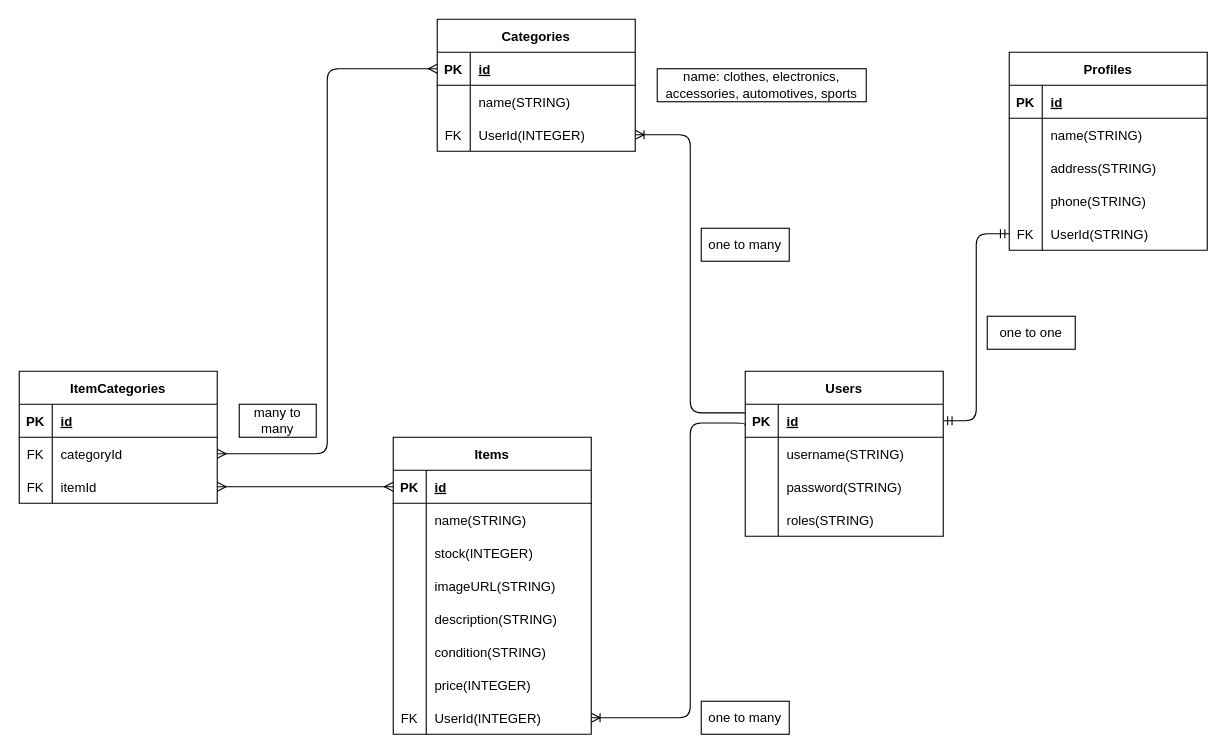
Before: scheme/barangbarengan.drawio in DawnProspect/BarangBarengan, a draw.io diagram. Source tidied: cells renumbered, new cells numbered last; positions are measured from the earlier drawing's top-left corner, leaving out a move shared by most shapes. Both pictures are drawn from the tidied source at 110%, with x=0, y=0 at pixel (19, 19).
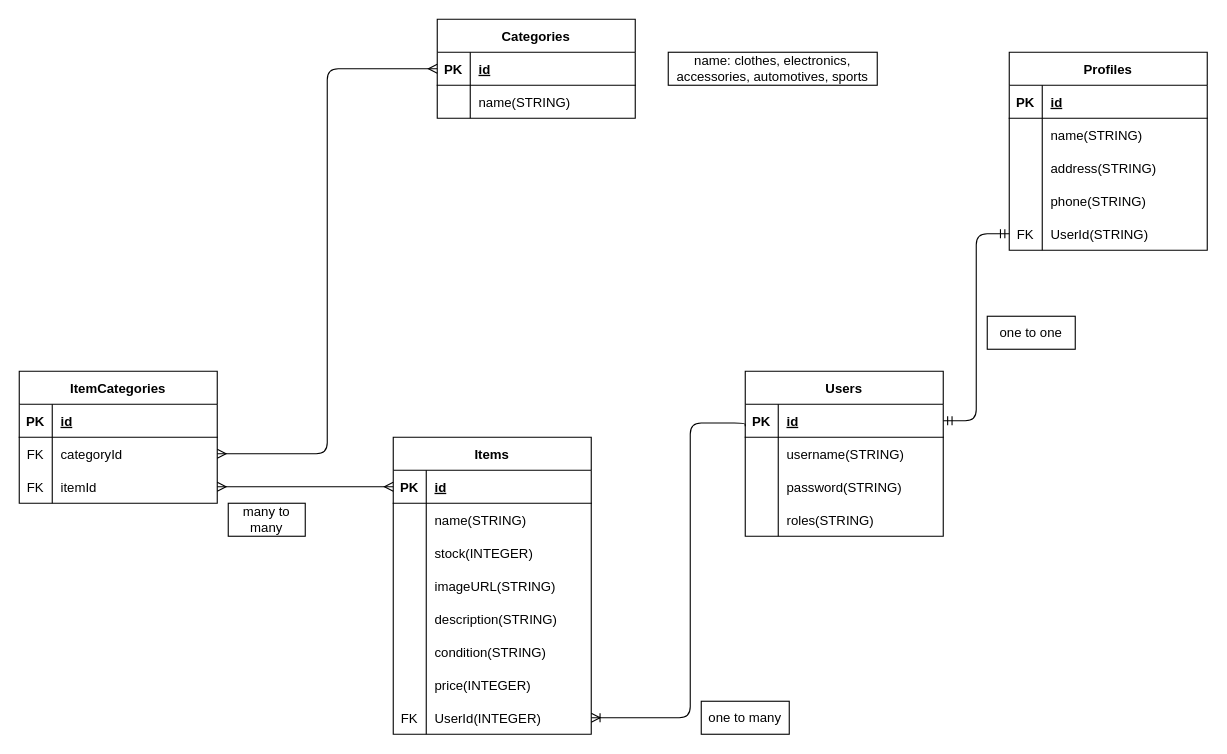
After the change.

Unchanged cells that the change refers to:
```xml
<mxCell id="3" style="shape=tableRow;horizontal=0;startSize=0;swimlaneHead=0;swimlaneBody=0;fillColor=none;points=[[0,0.5],[1,0.5]];portConstraint=eastwest;top=0;left=0;right=0;bottom=1;" parent="2" vertex="1">
  <mxGeometry y="30" width="180" height="30" as="geometry" />
</mxCell>
```

Change to the diagram source:
```diff
@@
     <mxCell id="40" value="Categories" style="shape=table;startSize=30;childLayout=tableLayout;rowLines=0;fontStyle=1;align=center;" parent="1" vertex="1">
-      <mxGeometry x="380" width="180" height="120" as="geometry" />
+      <mxGeometry x="380" width="180" height="90" as="geometry" />
     </mxCell>
@@
-    <mxCell id="47" style="shape=tableRow;horizontal=0;startSize=0;swimlaneHead=0;swimlaneBody=0;fillColor=none;points=[[0,0.5],[1,0.5]];portConstraint=eastwest;top=0;left=0;right=0;bottom=0;" parent="40" vertex="1">
-      <mxGeometry y="90" width="180" height="30" as="geometry" />
-    </mxCell>
-    <mxCell id="48" value="FK" style="shape=partialRectangle;fillColor=none;top=0;left=0;bottom=0;right=0;overflow=hidden;" parent="47" vertex="1">
-      <mxGeometry width="30" height="30" as="geometry" />
-    </mxCell>
-    <mxCell id="49" value="UserId(INTEGER)" style="shape=partialRectangle;fillColor=none;top=0;left=0;bottom=0;right=0;align=left;spacingLeft=6;overflow=hidden;" parent="47" vertex="1">
-      <mxGeometry x="30" width="150" height="30" as="geometry" />
-    </mxCell>
@@
-    <mxCell id="68" style="edgeStyle=orthogonalEdgeStyle;fontSize=12;html=1;endArrow=ERoneToMany;entryX=1;entryY=0.5;entryDx=0;entryDy=0;exitX=-0.002;exitY=0.261;exitDx=0;exitDy=0;exitPerimeter=0;" parent="1" edge="1" source="3" target="47">
-      <mxGeometry relative="1" as="geometry">
-        <Array as="points">
-          <mxPoint x="610" y="358" />
-          <mxPoint x="610" y="105" />
-        </Array>
-      </mxGeometry>
-    </mxCell>
-    <mxCell id="69" value="one to many" style="rounded=0;whiteSpace=wrap;html=1;" parent="1" vertex="1">
-      <mxGeometry x="620" y="190" width="80" height="30" as="geometry" />
-    </mxCell>
@@
     <mxCell id="84" value="many to many" style="rounded=0;whiteSpace=wrap;html=1;" parent="1" vertex="1">
-      <mxGeometry x="200" y="350" width="70" height="30" as="geometry" />
+      <mxGeometry x="190" y="440" width="70" height="30" as="geometry" />
     </mxCell>
     <mxCell id="85" value="name: clothes, electronics, accessories, automotives, sports" style="rounded=0;whiteSpace=wrap;html=1;" parent="1" vertex="1">
-      <mxGeometry x="580" y="45" width="190" height="30" as="geometry" />
+      <mxGeometry x="590" y="30" width="190" height="30" as="geometry" />
     </mxCell>
```
